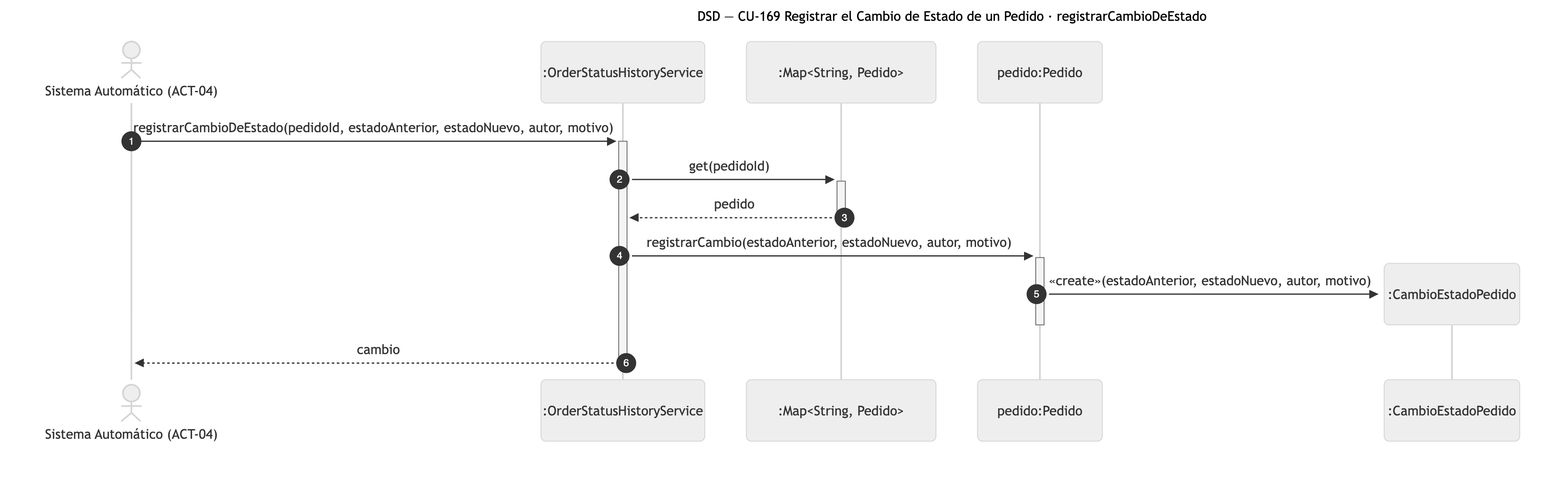
The Mermaid diagram diagramas/png/DSD_CU-169_registrarCambioDeEstado.png in Nahuelito-Dev/splg-docs, before a commit. Its source is kept beside it as diagramas/DSD_CU-169_registrarCambioDeEstado.mmd. The source it was exported from:
```mermaid
sequenceDiagram
    title DSD — CU-169 Registrar el Cambio de Estado de un Pedido · registrarCambioDeEstado
    autonumber
    actor SIS as Sistema Automático (ACT-04)
    participant HIS as :OrderStatusHistoryService
    participant COL as :Map#lt;String, Pedido#gt;
    participant PED as pedido:Pedido

    SIS->>+HIS: registrarCambioDeEstado(pedidoId, estadoAnterior, estadoNuevo, autor, motivo)
    HIS->>+COL: get(pedidoId)
    COL-->>-HIS: pedido
    HIS->>+PED: registrarCambio(estadoAnterior, estadoNuevo, autor, motivo)
    create participant CAM as :CambioEstadoPedido
    PED->>CAM: «create»(estadoAnterior, estadoNuevo, autor, motivo)
    deactivate PED
    HIS-->>-SIS: cambio
```
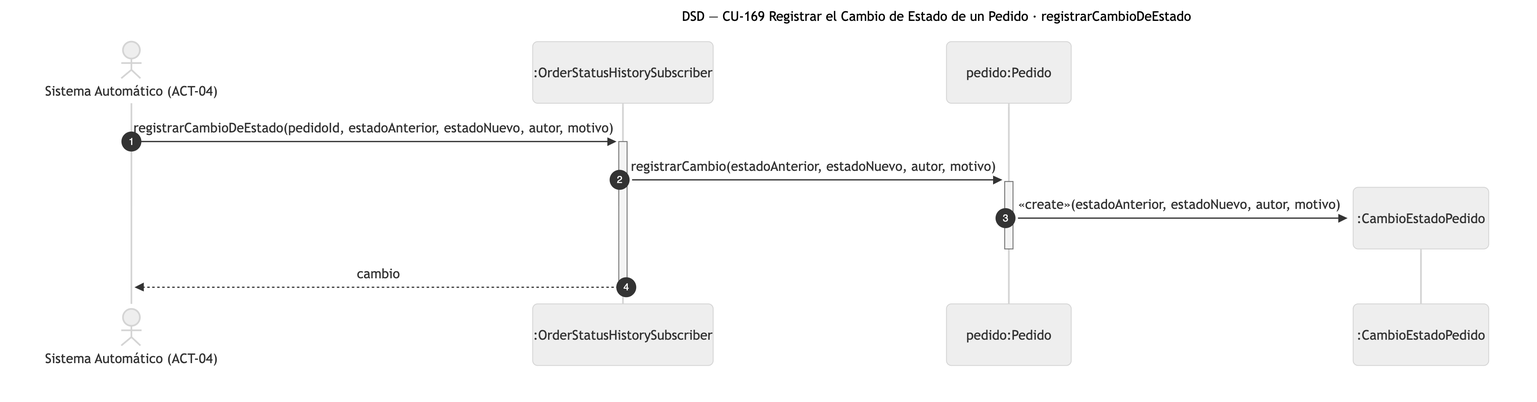
After the change.

Change to the diagram source:
```diff
@@ -2,13 +2,10 @@
     title DSD — CU-169 Registrar el Cambio de Estado de un Pedido · registrarCambioDeEstado
     autonumber
     actor SIS as Sistema Automático (ACT-04)
-    participant HIS as :OrderStatusHistoryService
-    participant COL as :Map#lt;String, Pedido#gt;
+    participant HIS as :OrderStatusHistorySubscriber
     participant PED as pedido:Pedido
 
     SIS->>+HIS: registrarCambioDeEstado(pedidoId, estadoAnterior, estadoNuevo, autor, motivo)
-    HIS->>+COL: get(pedidoId)
-    COL-->>-HIS: pedido
     HIS->>+PED: registrarCambio(estadoAnterior, estadoNuevo, autor, motivo)
     create participant CAM as :CambioEstadoPedido
     PED->>CAM: «create»(estadoAnterior, estadoNuevo, autor, motivo)
```
